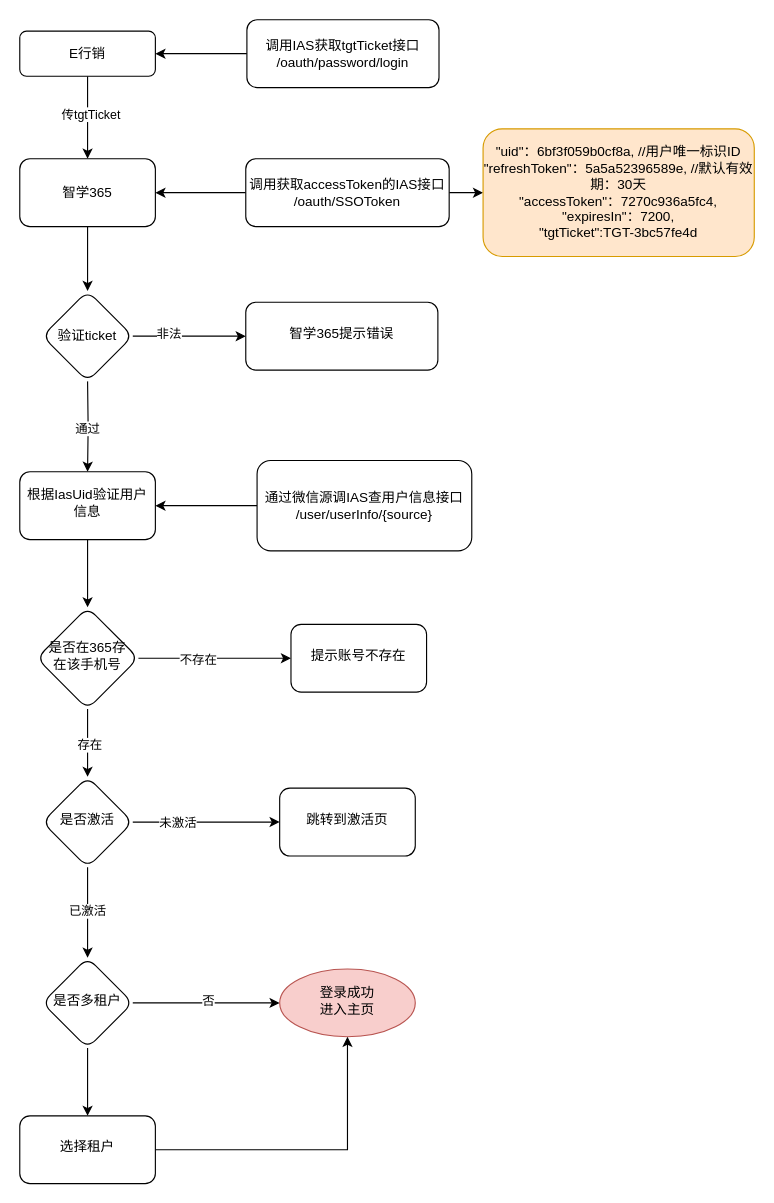
Above: e行销调用365流程.drawio in rainerpiao/cloud-computing (draw.io), before the change. Source tidied: cells renumbered, new cells numbered last; positions are measured from the earlier drawing's top-left corner, leaving out a move shared by most shapes. Both pictures are drawn from the tidied source at 113%, with x=0, y=0 at pixel (19, 19).
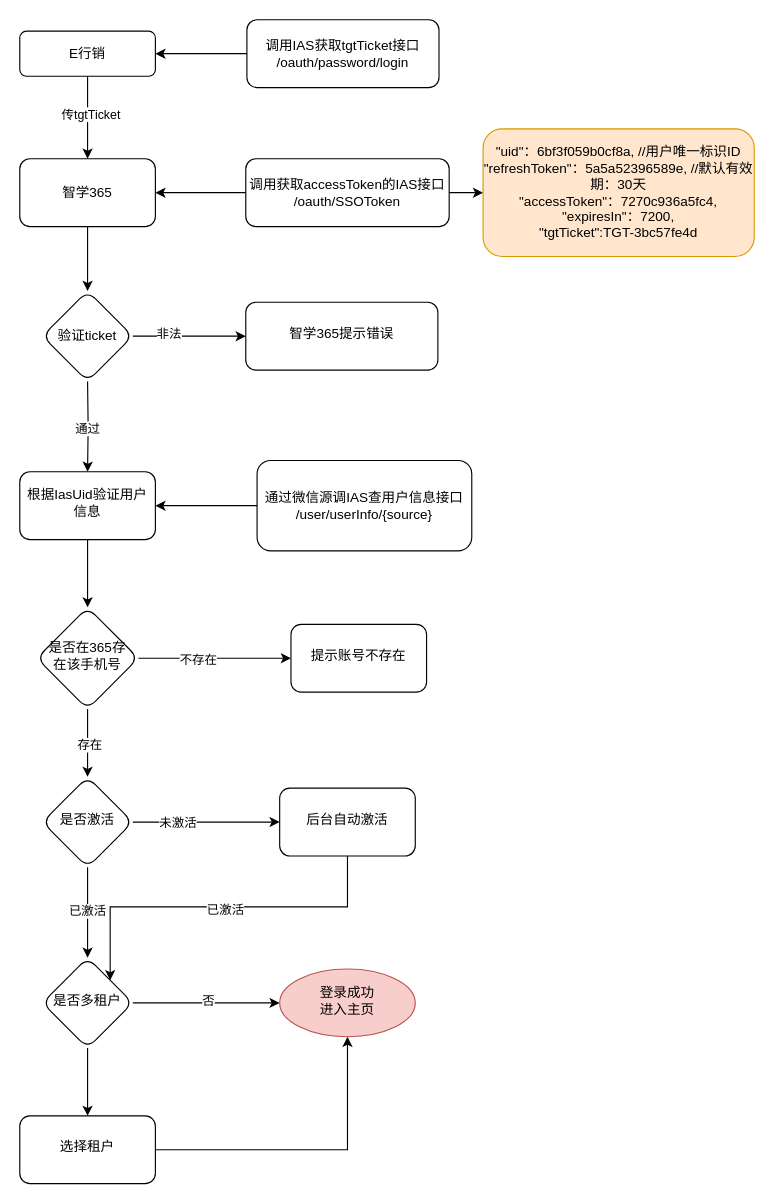
The same page after the edit.

Commit message:
更新e行销调用365流程.drawio

Unchanged cells that the change refers to:
```xml
<mxCell id="38" value="是否多租户" style="rhombus;whiteSpace=wrap;html=1;rounded=1;shadow=0;strokeWidth=1;spacing=6;spacingTop=-4;" parent="1" vertex="1">
  <mxGeometry x="20" y="830" width="80" height="80" as="geometry" />
</mxCell>
```

Change to the diagram source:
```diff
@@
+    <mxCell id="42" style="edgeStyle=orthogonalEdgeStyle;rounded=0;jettySize=auto;html=1;exitX=0.5;exitY=1;exitDx=0;exitDy=0;entryX=1;entryY=0;entryDx=0;entryDy=0;" parent="1" edge="1" source="34" target="38">
+      <mxGeometry relative="1" as="geometry" />
+    </mxCell>
+    <mxCell id="43" value="已激活" style="edgeLabel;html=1;align=center;verticalAlign=middle;" parent="42" vertex="1">
+      <mxGeometry x="-0.04" y="2" relative="1" as="geometry" />
+    </mxCell>
-    <mxCell id="34" value="跳转到激活页" style="whiteSpace=wrap;html=1;rounded=1;shadow=0;strokeWidth=1;spacing=6;spacingTop=-4;" parent="1" vertex="1">
+    <mxCell id="34" value="后台自动激活" style="whiteSpace=wrap;html=1;rounded=1;shadow=0;strokeWidth=1;spacing=6;spacingTop=-4;" parent="1" vertex="1">
       <mxGeometry x="230" y="680" width="120" height="60" as="geometry" />
     </mxCell>
```
